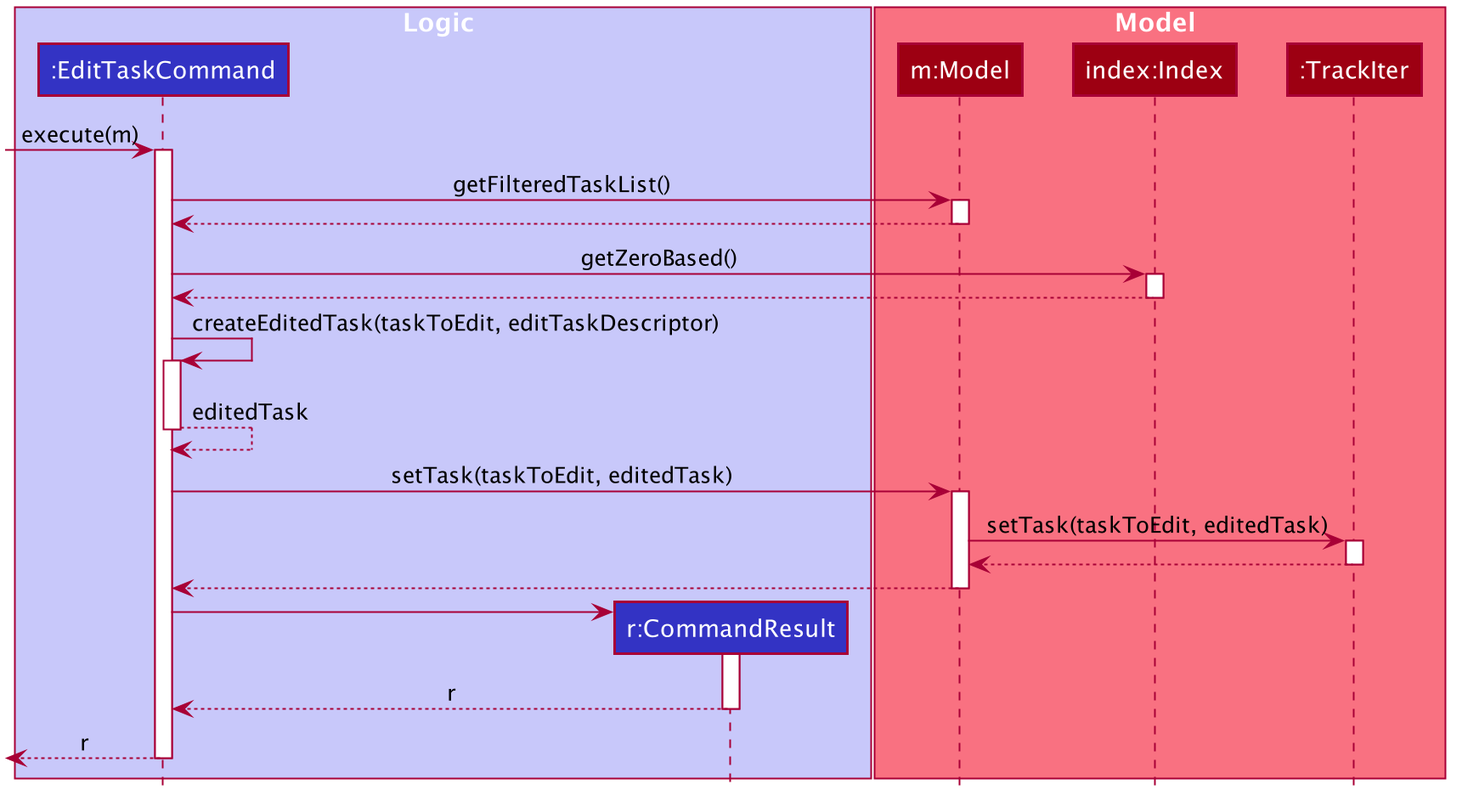
Before: docs/images/EditTaskSequenceDiagram.png, a diagram exported from PlantUML (simonteozw/tp).
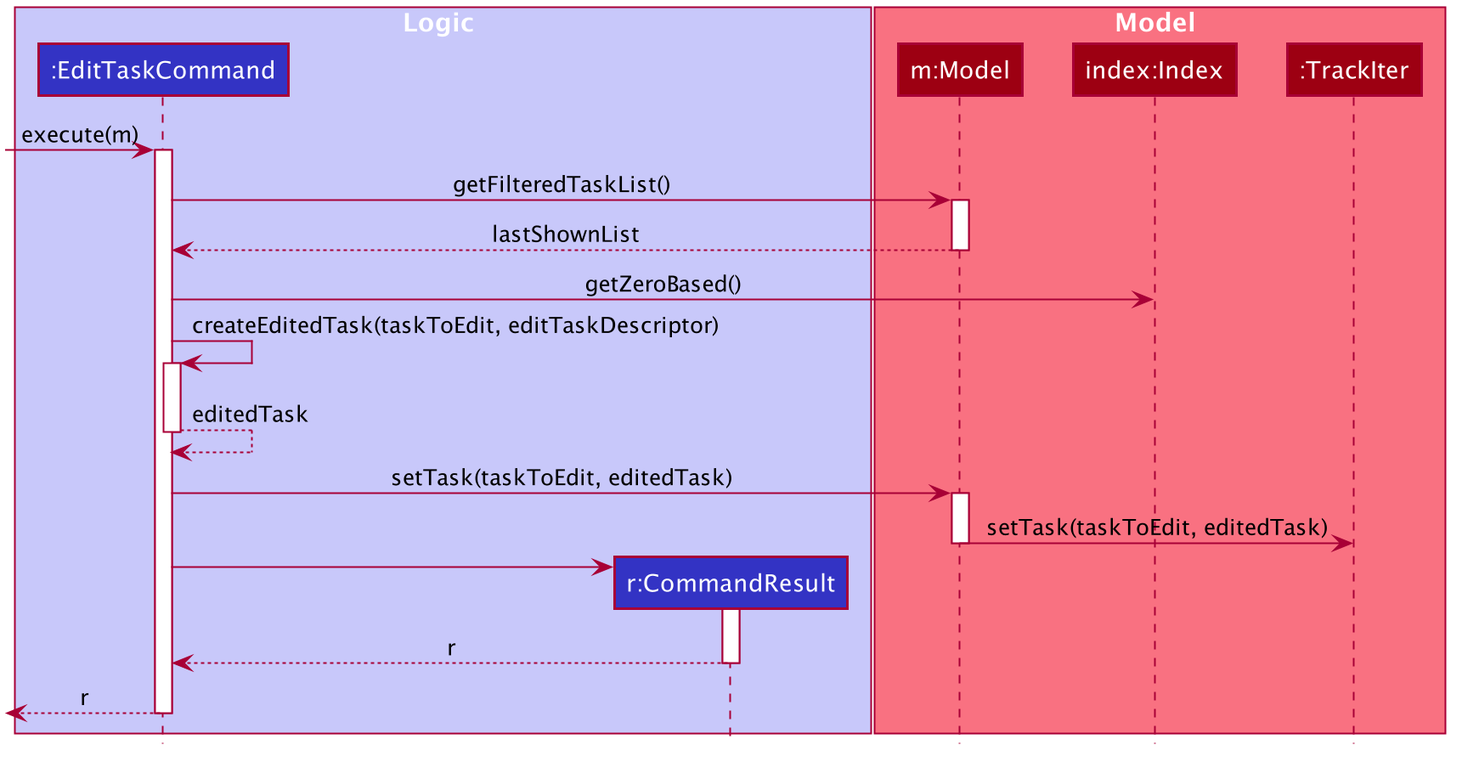
Later version of the same file.

Commit message:
Improve sequence diagrams

What changed in the source:
```diff
@@ -67,14 +67,10 @@
 EditTaskCommand -> Model : getFilteredTaskList()
 activate Model
 
-Model --> EditTaskCommand
+Model --> EditTaskCommand : lastShownList
 deactivate Model
 
 EditTaskCommand -> index : getZeroBased()
-activate index
-
-index --> EditTaskCommand
-deactivate index
 
 EditTaskCommand -> EditTaskCommand : createEditedTask(taskToEdit, editTaskDescriptor)
 activate EditTaskCommand
@@ -85,12 +81,8 @@
 activate Model
 
 Model -> TrackIter : setTask(taskToEdit, editedTask)
-activate TrackIter
 
-TrackIter --> Model
-deactivate TrackIter
 
-Model --> EditTaskCommand
 deactivate Model
 
 create CommandResult
```
